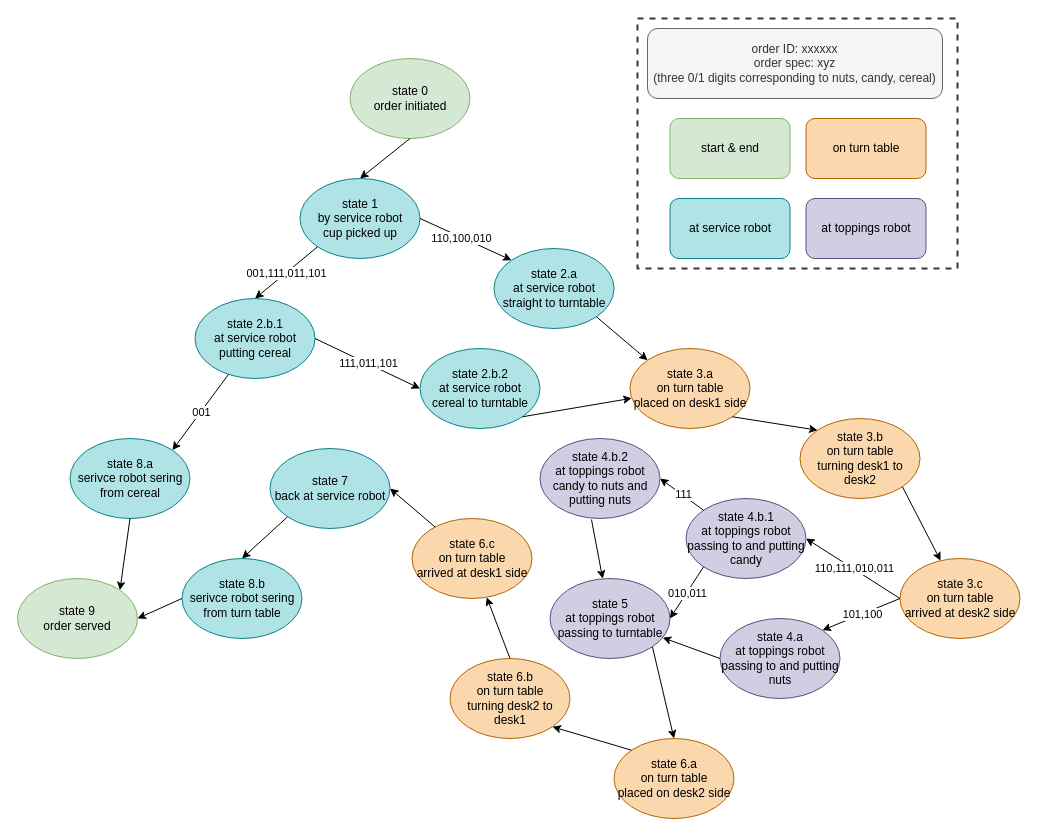
This is page "Page-2" (2 of 2) of state_machine_diagram.drawio from Ruoyu-Wu/MEAM520_final_project_mid_scheduler_draft, a draw.io file, before an edit. Source tidied: cells renumbered, new cells numbered last; positions are measured from the earlier drawing's top-left corner, leaving out a move shared by most shapes. Both pictures are drawn from the tidied source at 100%, with x=0, y=0 at pixel (17, 18).
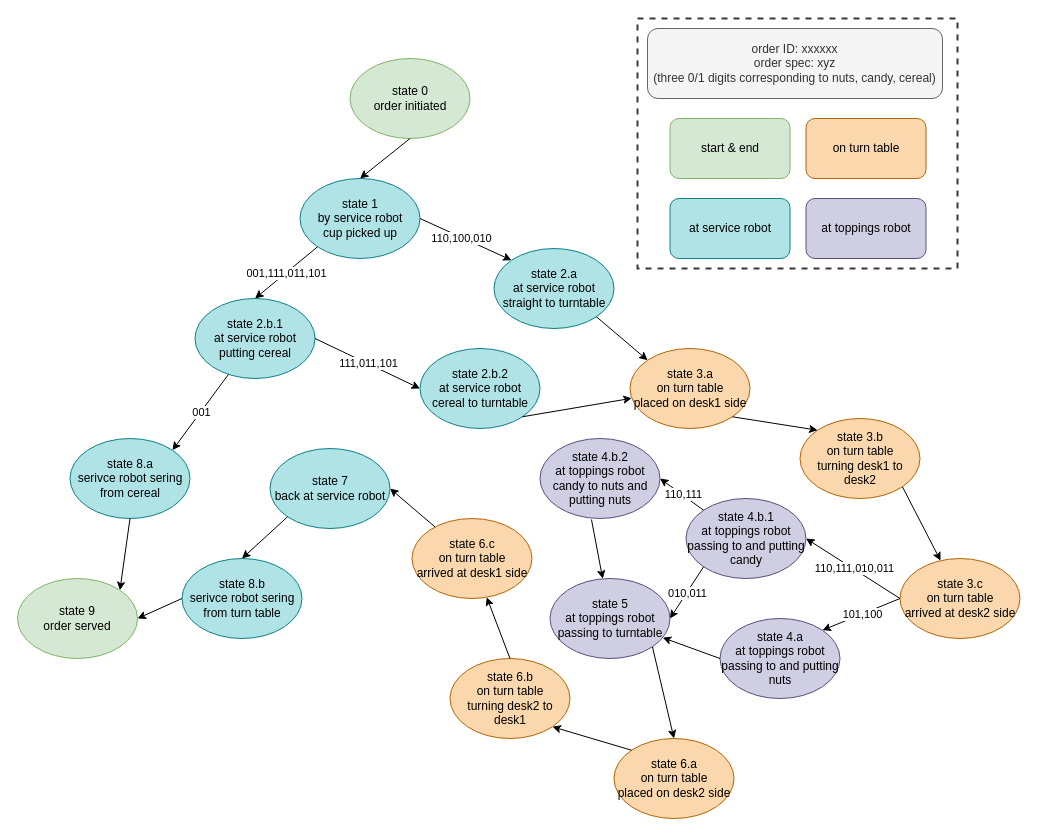
The same diagram, later.

The change refers to these unchanged cells:
```xml
<mxCell id="27" style="endArrow=classic;html=1;rounded=0;entryX=1;entryY=0.5;entryDx=0;entryDy=0;exitX=0;exitY=0;exitDx=0;exitDy=0;" parent="1" edge="1" source="20" target="22">
  <mxGeometry relative="1" as="geometry" />
</mxCell>
```

Diff of the diagram source:
```diff
@@
-    <mxCell id="28" value="111" style="edgeLabel;html=1;align=center;verticalAlign=middle;" parent="27" vertex="1">
+    <mxCell id="28" value="110,111" style="edgeLabel;html=1;align=center;verticalAlign=middle;" parent="27" vertex="1">
       <mxGeometry relative="1" as="geometry">
         <mxPoint x="1" as="offset" />
       </mxGeometry>
     </mxCell>
```
